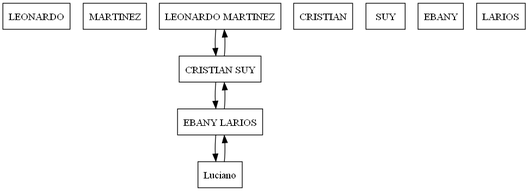
Before: Empleados.png, a diagram exported from Graphviz (guy-devoir/EDD_2S2023_PY_201800632). Its source is kept beside it as Empleados.dot.
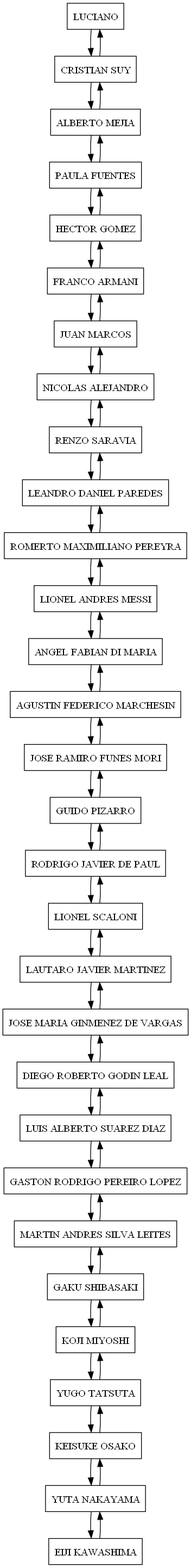
After the change.

Diff of the diagram source:
```diff
@@ -1,13 +1,91 @@
 digraph G {
 node [shape=record];
-LEONARDO MARTINEZ;
-"LEONARDO MARTINEZ"->"CRISTIAN SUY";
-CRISTIAN SUY;
-"CRISTIAN SUY"->"EBANY LARIOS";
-"CRISTIAN SUY"->"LEONARDO MARTINEZ";
-EBANY LARIOS;
-"EBANY LARIOS"->"Luciano";
-"EBANY LARIOS"->"CRISTIAN SUY";
-Luciano;
-"Luciano"->"EBANY LARIOS";
+"LUCIANO";
+"LUCIANO"->"CRISTIAN SUY";
+"CRISTIAN SUY";
+"CRISTIAN SUY"->"ALBERTO MEJIA";
+"CRISTIAN SUY"->"LUCIANO";
+"ALBERTO MEJIA";
+"ALBERTO MEJIA"->"PAULA FUENTES";
+"ALBERTO MEJIA"->"CRISTIAN SUY";
+"PAULA FUENTES";
+"PAULA FUENTES"->"HECTOR GOMEZ";
+"PAULA FUENTES"->"ALBERTO MEJIA";
+"HECTOR GOMEZ";
+"HECTOR GOMEZ"->"FRANCO ARMANI";
+"HECTOR GOMEZ"->"PAULA FUENTES";
+"FRANCO ARMANI";
+"FRANCO ARMANI"->"JUAN MARCOS";
+"FRANCO ARMANI"->"HECTOR GOMEZ";
+"JUAN MARCOS";
+"JUAN MARCOS"->"NICOLAS ALEJANDRO";
+"JUAN MARCOS"->"FRANCO ARMANI";
+"NICOLAS ALEJANDRO";
+"NICOLAS ALEJANDRO"->"RENZO SARAVIA";
+"NICOLAS ALEJANDRO"->"JUAN MARCOS";
+"RENZO SARAVIA";
+"RENZO SARAVIA"->"LEANDRO DANIEL PAREDES";
+"RENZO SARAVIA"->"NICOLAS ALEJANDRO";
+"LEANDRO DANIEL PAREDES";
+"LEANDRO DANIEL PAREDES"->"ROMERTO MAXIMILIANO PEREYRA";
+"LEANDRO DANIEL PAREDES"->"RENZO SARAVIA";
+"ROMERTO MAXIMILIANO PEREYRA";
+"ROMERTO MAXIMILIANO PEREYRA"->"LIONEL ANDRES MESSI";
+"ROMERTO MAXIMILIANO PEREYRA"->"LEANDRO DANIEL PAREDES";
+"LIONEL ANDRES MESSI";
+"LIONEL ANDRES MESSI"->"ANGEL FABIAN DI MARIA";
+"LIONEL ANDRES MESSI"->"ROMERTO MAXIMILIANO PEREYRA";
+"ANGEL FABIAN DI MARIA";
+"ANGEL FABIAN DI MARIA"->"AGUSTIN FEDERICO MARCHESIN";
+"ANGEL FABIAN DI MARIA"->"LIONEL ANDRES MESSI";
+"AGUSTIN FEDERICO MARCHESIN";
+"AGUSTIN FEDERICO MARCHESIN"->"JOSE RAMIRO FUNES MORI";
+"AGUSTIN FEDERICO MARCHESIN"->"ANGEL FABIAN DI MARIA";
+"JOSE RAMIRO FUNES MORI";
+"JOSE RAMIRO FUNES MORI"->"GUIDO PIZARRO";
+"JOSE RAMIRO FUNES MORI"->"AGUSTIN FEDERICO MARCHESIN";
+"GUIDO PIZARRO";
+"GUIDO PIZARRO"->"RODRIGO JAVIER DE PAUL";
+"GUIDO PIZARRO"->"JOSE RAMIRO FUNES MORI";
+"RODRIGO JAVIER DE PAUL";
+"RODRIGO JAVIER DE PAUL"->"LIONEL SCALONI";
+"RODRIGO JAVIER DE PAUL"->"GUIDO PIZARRO";
+"LIONEL SCALONI";
+"LIONEL SCALONI"->"LAUTARO JAVIER MARTINEZ";
+"LIONEL SCALONI"->"RODRIGO JAVIER DE PAUL";
+"LAUTARO JAVIER MARTINEZ";
+"LAUTARO JAVIER MARTINEZ"->"JOSE MARIA GINMENEZ DE VARGAS";
+"LAUTARO JAVIER MARTINEZ"->"LIONEL SCALONI";
+"JOSE MARIA GINMENEZ DE VARGAS";
+"JOSE MARIA GINMENEZ DE VARGAS"->"DIEGO ROBERTO GODIN LEAL";
+"JOSE MARIA GINMENEZ DE VARGAS"->"LAUTARO JAVIER MARTINEZ";
+"DIEGO ROBERTO GODIN LEAL";
+"DIEGO ROBERTO GODIN LEAL"->"LUIS ALBERTO SUAREZ DIAZ";
+"DIEGO ROBERTO GODIN LEAL"->"JOSE MARIA GINMENEZ DE VARGAS";
+"LUIS ALBERTO SUAREZ DIAZ";
+"LUIS ALBERTO SUAREZ DIAZ"->"GASTON RODRIGO PEREIRO LOPEZ";
+"LUIS ALBERTO SUAREZ DIAZ"->"DIEGO ROBERTO GODIN LEAL";
+"GASTON RODRIGO PEREIRO LOPEZ";
+"GASTON RODRIGO PEREIRO LOPEZ"->"MARTIN ANDRES SILVA LEITES";
+"GASTON RODRIGO PEREIRO LOPEZ"->"LUIS ALBERTO SUAREZ DIAZ";
+"MARTIN ANDRES SILVA LEITES";
+"MARTIN ANDRES SILVA LEITES"->"GAKU SHIBASAKI";
+"MARTIN ANDRES SILVA LEITES"->"GASTON RODRIGO PEREIRO LOPEZ";
+"GAKU SHIBASAKI";
+"GAKU SHIBASAKI"->"KOJI MIYOSHI";
+"GAKU SHIBASAKI"->"MARTIN ANDRES SILVA LEITES";
+"KOJI MIYOSHI";
+"KOJI MIYOSHI"->"YUGO TATSUTA";
+"KOJI MIYOSHI"->"GAKU SHIBASAKI";
+"YUGO TATSUTA";
+"YUGO TATSUTA"->"KEISUKE OSAKO";
+"YUGO TATSUTA"->"KOJI MIYOSHI";
+"KEISUKE OSAKO";
+"KEISUKE OSAKO"->"YUTA NAKAYAMA";
+"KEISUKE OSAKO"->"YUGO TATSUTA";
+"YUTA NAKAYAMA";
+"YUTA NAKAYAMA"->"EIJI KAWASHIMA";
+"YUTA NAKAYAMA"->"KEISUKE OSAKO";
+"EIJI KAWASHIMA";
+"EIJI KAWASHIMA"->"YUTA NAKAYAMA";
 }
```
